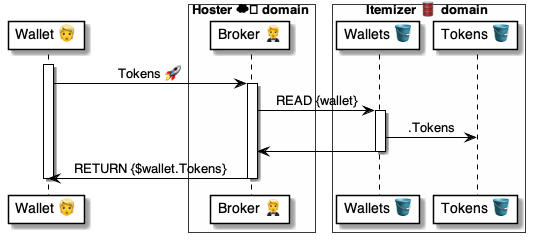
pollyweb-org/pollyweb-docs keeps this PlantUML diagram as 4 ⚙️ Solution/20 🧑‍🦰 UI/Brokers 🤵/🤵🅰️ Broker methods/Tokens 🎫 Tokens 🧑‍🦰🚀🤵/🤵 Tokens ⚙️ uml.png. Above is the earlier version. Its source is kept beside it as 4 ⚙️ Solution/20 🧑‍🦰 UI/Brokers 🤵/🤵🅰️ Broker methods/Tokens 🎫 Tokens 🧑‍🦰🚀🤵/🤵 Tokens ⚙️ uml.puml.
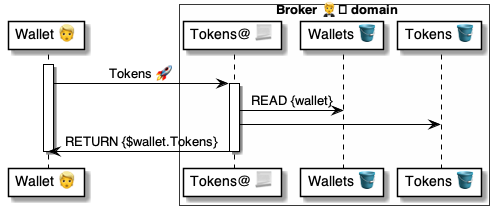
After the change.

Change to the diagram source:
```diff
@@ -3,11 +3,8 @@
 
 participant "Wallet 👱" as wallet
 
-box Hoster ☁️ domain #FFFFFA
-    participant "Broker 🤵" as broker
-end box
-
-box Itemizer 🛢 domain #FFFFFA
+box Broker 🤵️ domain #FFFFFA
+    participant "Tokens@ 📃" as broker
     participant "Wallets 🪣" as wallets
     participant "Tokens 🪣" as tokens
 end box
@@ -17,12 +14,7 @@
 
     activate broker
         broker -> wallets: READ {wallet}
-
-        activate wallets
-        wallets -> tokens: .Tokens
-        wallets -> broker:
-        deactivate wallets
-
+        broker -> tokens:
         broker -> wallet: RETURN {$wallet.Tokens}
     deactivate broker
 
```
